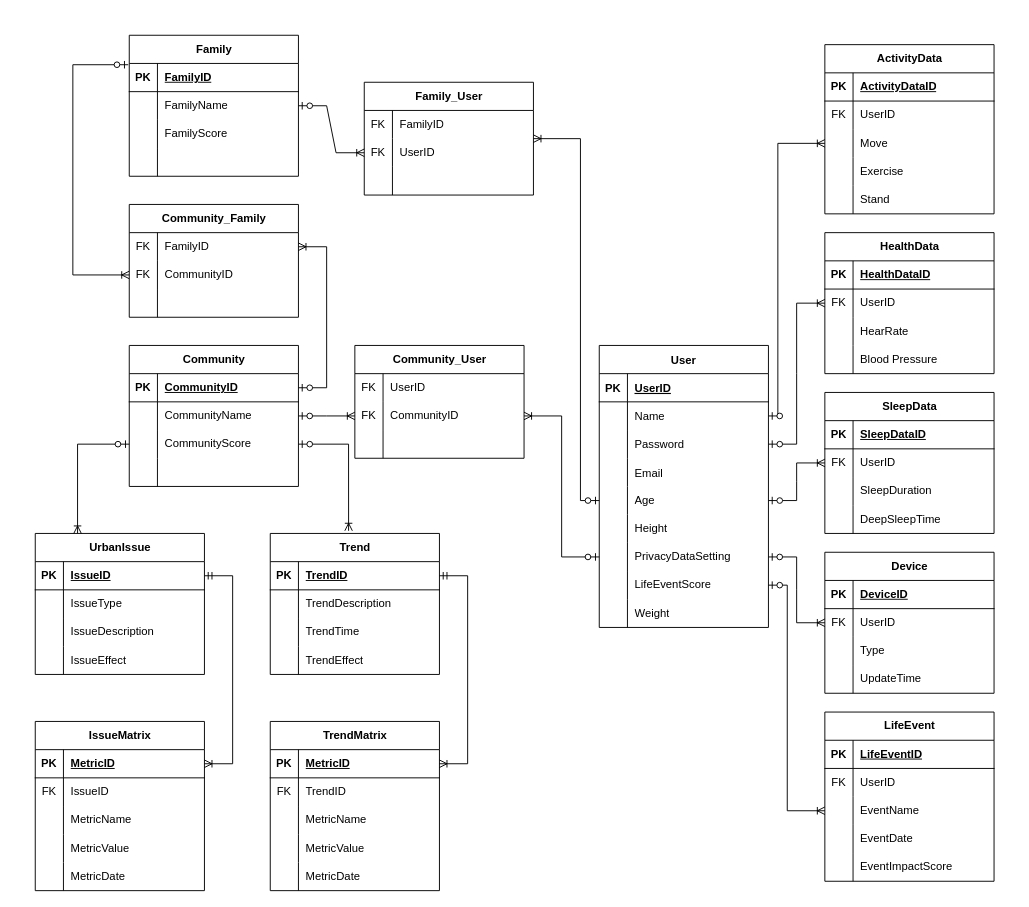
Above: 1/INFO 5100/Asmts/Group Assignment 1/Database Schema.drawio in yfeng445/NEU (draw.io), before the change. Source tidied: cells renumbered, new cells numbered last; positions are measured from the earlier drawing's top-left corner, leaving out a move shared by most shapes. Both pictures are drawn from the tidied source at 94%, with x=0, y=0 at pixel (7, 35).
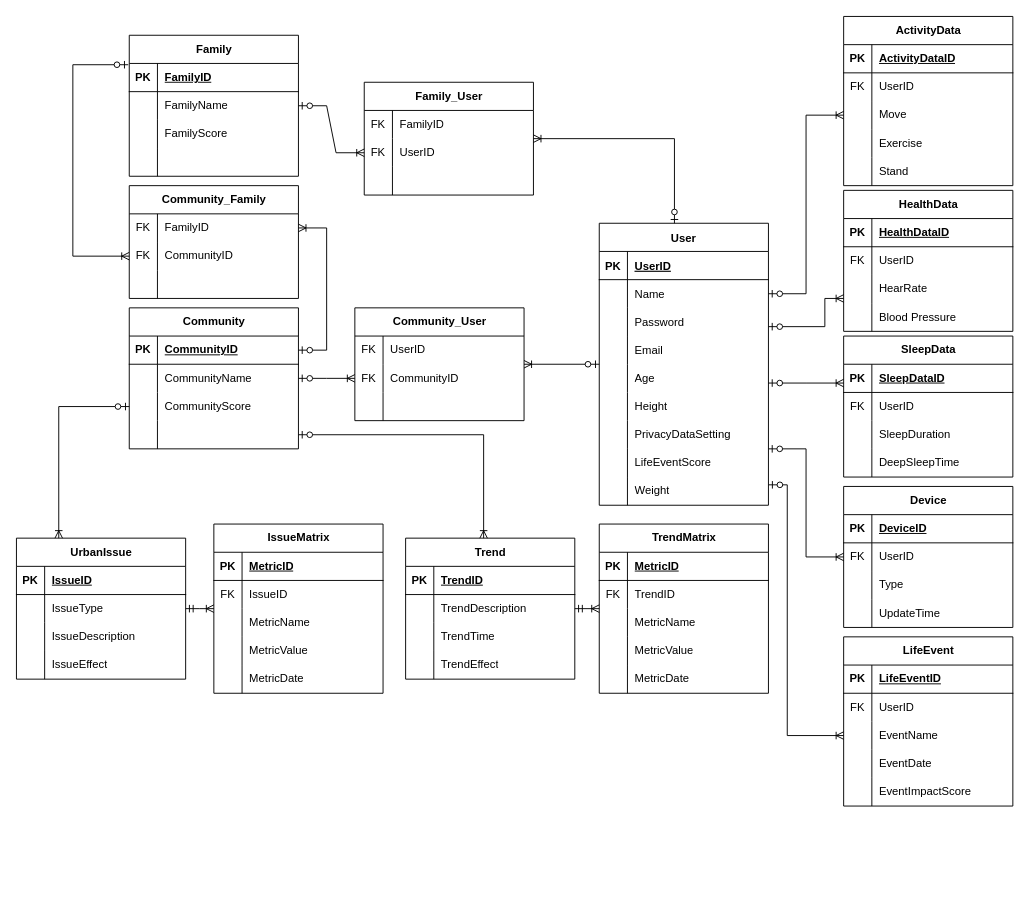
The same diagram, later.

The change refers to these unchanged cells:
```xml
<mxCell id="6" style="shape=tableRow;horizontal=0;startSize=0;swimlaneHead=0;swimlaneBody=0;fillColor=none;points=[[0,0.5],[1,0.5]];portConstraint=eastwest;top=0;left=0;right=0;bottom=0;" parent="2" vertex="1">
  <mxGeometry y="60" width="180" height="30" as="geometry" />
</mxCell>
<mxCell id="9" style="shape=tableRow;horizontal=0;startSize=0;swimlaneHead=0;swimlaneBody=0;fillColor=none;points=[[0,0.5],[1,0.5]];portConstraint=eastwest;top=0;left=0;right=0;bottom=0;" parent="2" vertex="1">
  <mxGeometry y="90" width="180" height="30" as="geometry" />
</mxCell>
<mxCell id="15" style="shape=tableRow;horizontal=0;startSize=0;swimlaneHead=0;swimlaneBody=0;fillColor=none;points=[[0,0.5],[1,0.5]];portConstraint=eastwest;top=0;left=0;right=0;bottom=0;" parent="2" vertex="1">
  <mxGeometry y="150" width="180" height="30" as="geometry" />
</mxCell>
<mxCell id="21" style="shape=tableRow;horizontal=0;startSize=0;swimlaneHead=0;swimlaneBody=0;fillColor=none;points=[[0,0.5],[1,0.5]];portConstraint=eastwest;top=0;left=0;right=0;bottom=0;" parent="2" vertex="1">
  <mxGeometry y="210" width="180" height="30" as="geometry" />
</mxCell>
<mxCell id="24" style="shape=tableRow;horizontal=0;startSize=0;swimlaneHead=0;swimlaneBody=0;fillColor=none;points=[[0,0.5],[1,0.5]];portConstraint=eastwest;top=0;left=0;right=0;bottom=0;" parent="2" vertex="1">
  <mxGeometry y="240" width="180" height="30" as="geometry" />
</mxCell>
<mxCell id="27" style="shape=tableRow;horizontal=0;startSize=0;swimlaneHead=0;swimlaneBody=0;fillColor=none;points=[[0,0.5],[1,0.5]];portConstraint=eastwest;top=0;left=0;right=0;bottom=0;" parent="2" vertex="1">
  <mxGeometry y="270" width="180" height="30" as="geometry" />
</mxCell>
<mxCell id="50" style="shape=tableRow;horizontal=0;startSize=0;swimlaneHead=0;swimlaneBody=0;fillColor=none;points=[[0,0.5],[1,0.5]];portConstraint=eastwest;top=0;left=0;right=0;bottom=0;" parent="43" vertex="1">
  <mxGeometry y="90" width="180" height="30" as="geometry" />
</mxCell>
<mxCell id="53" style="shape=tableRow;horizontal=0;startSize=0;swimlaneHead=0;swimlaneBody=0;fillColor=none;points=[[0,0.5],[1,0.5]];portConstraint=eastwest;top=0;left=0;right=0;bottom=0;" parent="43" vertex="1">
  <mxGeometry y="120" width="180" height="30" as="geometry" />
</mxCell>
<mxCell id="57" style="shape=tableRow;horizontal=0;startSize=0;swimlaneHead=0;swimlaneBody=0;fillColor=none;points=[[0,0.5],[1,0.5]];portConstraint=eastwest;top=0;left=0;right=0;bottom=1;" parent="56" vertex="1">
  <mxGeometry y="30" width="180" height="30" as="geometry" />
</mxCell>
<mxCell id="70" style="shape=tableRow;horizontal=0;startSize=0;swimlaneHead=0;swimlaneBody=0;fillColor=none;points=[[0,0.5],[1,0.5]];portConstraint=eastwest;top=0;left=0;right=0;bottom=1;" parent="69" vertex="1">
  <mxGeometry y="30" width="180" height="30" as="geometry" />
</mxCell>
<mxCell id="83" style="shape=tableRow;horizontal=0;startSize=0;swimlaneHead=0;swimlaneBody=0;fillColor=none;points=[[0,0.5],[1,0.5]];portConstraint=eastwest;top=0;left=0;right=0;bottom=1;" parent="82" vertex="1">
  <mxGeometry y="30" width="180" height="30" as="geometry" />
</mxCell>
<mxCell id="99" style="shape=tableRow;horizontal=0;startSize=0;swimlaneHead=0;swimlaneBody=0;fillColor=none;points=[[0,0.5],[1,0.5]];portConstraint=eastwest;top=0;left=0;right=0;bottom=1;" parent="98" vertex="1">
  <mxGeometry y="30" width="180" height="30" as="geometry" />
</mxCell>
<mxCell id="121" style="shape=tableRow;horizontal=0;startSize=0;swimlaneHead=0;swimlaneBody=0;fillColor=none;points=[[0,0.5],[1,0.5]];portConstraint=eastwest;top=0;left=0;right=0;bottom=0;" parent="114" vertex="1">
  <mxGeometry y="90" width="180" height="30" as="geometry" />
</mxCell>
<mxCell id="134" style="shape=tableRow;horizontal=0;startSize=0;swimlaneHead=0;swimlaneBody=0;fillColor=none;points=[[0,0.5],[1,0.5]];portConstraint=eastwest;top=0;left=0;right=0;bottom=0;" parent="130" vertex="1">
  <mxGeometry y="60" width="180" height="30" as="geometry" />
</mxCell>
<mxCell id="147" style="shape=tableRow;horizontal=0;startSize=0;swimlaneHead=0;swimlaneBody=0;fillColor=none;points=[[0,0.5],[1,0.5]];portConstraint=eastwest;top=0;left=0;right=0;bottom=0;" parent="143" vertex="1">
  <mxGeometry y="60" width="180" height="30" as="geometry" />
</mxCell>
<mxCell id="160" style="shape=tableRow;horizontal=0;startSize=0;swimlaneHead=0;swimlaneBody=0;fillColor=none;points=[[0,0.5],[1,0.5]];portConstraint=eastwest;top=0;left=0;right=0;bottom=0;" parent="156" vertex="1">
  <mxGeometry y="60" width="180" height="30" as="geometry" />
</mxCell>
<mxCell id="176" style="shape=tableRow;horizontal=0;startSize=0;swimlaneHead=0;swimlaneBody=0;fillColor=none;points=[[0,0.5],[1,0.5]];portConstraint=eastwest;top=0;left=0;right=0;bottom=0;" parent="169" vertex="1">
  <mxGeometry y="90" width="180" height="30" as="geometry" />
</mxCell>
<mxCell id="185" value="Family_User" style="shape=table;startSize=30;childLayout=tableLayout;rowLines=0;fontStyle=1;align=center;html=1;" parent="1" vertex="1">
  <mxGeometry x="380" y="50" width="180" height="120" as="geometry" />
</mxCell>
<mxCell id="209" style="shape=tableRow;horizontal=0;startSize=0;swimlaneHead=0;swimlaneBody=0;fillColor=none;points=[[0,0.5],[1,0.5]];portConstraint=eastwest;top=0;left=0;right=0;bottom=0;" parent="205" vertex="1">
  <mxGeometry y="60" width="180" height="30" as="geometry" />
</mxCell>
```

What changed in the source:
```diff
@@
     <mxCell id="2" value="User" style="shape=table;startSize=30;childLayout=tableLayout;rowLines=0;fontStyle=1;align=center;" parent="1" vertex="1">
-      <mxGeometry x="630" y="330" width="180" height="300" as="geometry" />
+      <mxGeometry x="630" y="200" width="180" height="300" as="geometry" />
     </mxCell>
@@
     <mxCell id="43" value="Community" style="shape=table;startSize=30;childLayout=tableLayout;rowLines=0;fontStyle=1;align=center;html=1;" parent="1" vertex="1">
-      <mxGeometry x="130" y="330" width="180" height="150" as="geometry" />
+      <mxGeometry x="130" y="290" width="180" height="150" as="geometry" />
     </mxCell>
@@
     <mxCell id="56" value="UrbanIssue" style="shape=table;startSize=30;childLayout=tableLayout;rowLines=0;fontStyle=1;align=center;html=1;" parent="1" vertex="1">
-      <mxGeometry x="30" y="530" width="180" height="150" as="geometry" />
+      <mxGeometry x="10" y="535" width="180" height="150" as="geometry" />
     </mxCell>
@@
     <mxCell id="69" value="Trend" style="shape=table;startSize=30;childLayout=tableLayout;rowLines=0;fontStyle=1;align=center;html=1;" parent="1" vertex="1">
-      <mxGeometry x="280" y="530" width="180" height="150" as="geometry" />
+      <mxGeometry x="424" y="535" width="180" height="150" as="geometry" />
     </mxCell>
@@
     <mxCell id="82" value="IssueMatrix" style="shape=table;startSize=30;childLayout=tableLayout;rowLines=0;fontStyle=1;align=center;html=1;" parent="1" vertex="1">
-      <mxGeometry x="30" y="730" width="180" height="180" as="geometry" />
+      <mxGeometry x="220" y="520" width="180" height="180" as="geometry" />
     </mxCell>
@@
     <mxCell id="98" value="TrendMatrix" style="shape=table;startSize=30;childLayout=tableLayout;rowLines=0;fontStyle=1;align=center;html=1;" parent="1" vertex="1">
-      <mxGeometry x="280" y="730" width="180" height="180" as="geometry" />
+      <mxGeometry x="630" y="520" width="180" height="180" as="geometry" />
     </mxCell>
@@
     <mxCell id="114" value="ActivityData" style="shape=table;startSize=30;childLayout=tableLayout;rowLines=0;fontStyle=1;align=center;html=1;" parent="1" vertex="1">
-      <mxGeometry x="870" y="10" width="180" height="180" as="geometry" />
+      <mxGeometry x="890" y="-20" width="180" height="180" as="geometry" />
     </mxCell>
@@
     <mxCell id="130" value="HealthData" style="shape=table;startSize=30;childLayout=tableLayout;rowLines=0;fontStyle=1;align=center;html=1;" parent="1" vertex="1">
-      <mxGeometry x="870" y="210" width="180" height="150" as="geometry" />
+      <mxGeometry x="890" y="165" width="180" height="150" as="geometry" />
     </mxCell>
@@
     <mxCell id="143" value="SleepData" style="shape=table;startSize=30;childLayout=tableLayout;rowLines=0;fontStyle=1;align=center;html=1;" parent="1" vertex="1">
-      <mxGeometry x="870" y="380" width="180" height="150" as="geometry" />
+      <mxGeometry x="890" y="320" width="180" height="150" as="geometry" />
     </mxCell>
@@
     <mxCell id="156" value="Device" style="shape=table;startSize=30;childLayout=tableLayout;rowLines=0;fontStyle=1;align=center;html=1;" parent="1" vertex="1">
-      <mxGeometry x="870" y="550" width="180" height="150" as="geometry" />
+      <mxGeometry x="890" y="480" width="180" height="150" as="geometry" />
     </mxCell>
@@
     <mxCell id="169" value="LifeEvent" style="shape=table;startSize=30;childLayout=tableLayout;rowLines=0;fontStyle=1;align=center;html=1;" parent="1" vertex="1">
-      <mxGeometry x="870" y="720" width="180" height="180" as="geometry" />
+      <mxGeometry x="890" y="640" width="180" height="180" as="geometry" />
     </mxCell>
@@
     <mxCell id="195" value="Community_&lt;span style=&quot;background-color: initial;&quot;&gt;Family&lt;/span&gt;" style="shape=table;startSize=30;childLayout=tableLayout;rowLines=0;fontStyle=1;align=center;html=1;" parent="1" vertex="1">
-      <mxGeometry x="130" y="180" width="180" height="120" as="geometry" />
+      <mxGeometry x="130" y="160" width="180" height="120" as="geometry" />
     </mxCell>
@@
     <mxCell id="205" value="Community_User" style="shape=table;startSize=30;childLayout=tableLayout;rowLines=0;fontStyle=1;align=center;html=1;" parent="1" vertex="1">
-      <mxGeometry x="370" y="330" width="180" height="120" as="geometry" />
+      <mxGeometry x="370" y="290" width="180" height="120" as="geometry" />
     </mxCell>
@@
-    <mxCell id="215" style="edgeStyle=orthogonalEdgeStyle;fontSize=12;html=1;endArrow=ERoneToMany;startArrow=ERzeroToOne;rounded=0;exitX=1;exitY=0.5;exitDx=0;exitDy=0;entryX=0;entryY=0.5;entryDx=0;entryDy=0;" parent="1" edge="1" source="6" target="121">
-      <mxGeometry relative="1" as="geometry">
-        <Array as="points">
-          <mxPoint x="820" y="405" />
-          <mxPoint x="820" y="115" />
-        </Array>
-      </mxGeometry>
+    <mxCell id="215" style="edgeStyle=elbowEdgeStyle;fontSize=12;html=1;endArrow=ERoneToMany;startArrow=ERzeroToOne;rounded=0;exitX=1;exitY=0.5;exitDx=0;exitDy=0;entryX=0;entryY=0.5;entryDx=0;entryDy=0;" parent="1" edge="1" source="6" target="121">
+      <mxGeometry relative="1" as="geometry" />
     </mxCell>
-    <mxCell id="216" style="edgeStyle=entityRelationEdgeStyle;fontSize=12;html=1;endArrow=ERoneToMany;startArrow=ERzeroToOne;rounded=0;exitX=1;exitY=0.5;exitDx=0;exitDy=0;entryX=0;entryY=0.5;entryDx=0;entryDy=0;" parent="1" edge="1" source="9" target="134">
-      <mxGeometry relative="1" as="geometry" />
+    <mxCell id="216" style="edgeStyle=elbowEdgeStyle;fontSize=12;html=1;endArrow=ERoneToMany;startArrow=ERzeroToOne;rounded=0;entryX=0;entryY=0.5;entryDx=0;entryDy=0;" parent="1" edge="1">
+      <mxGeometry relative="1" as="geometry">
+        <mxPoint x="810" y="310" as="sourcePoint" />
+        <mxPoint x="890" y="280" as="targetPoint" />
+        <Array as="points">
+          <mxPoint x="870" y="310" />
+        </Array>
+      </mxGeometry>
     </mxCell>
-    <mxCell id="217" style="edgeStyle=entityRelationEdgeStyle;fontSize=12;html=1;endArrow=ERoneToMany;startArrow=ERzeroToOne;rounded=0;exitX=1;exitY=0.5;exitDx=0;exitDy=0;entryX=0;entryY=0.5;entryDx=0;entryDy=0;" parent="1" edge="1" source="15" target="147">
-      <mxGeometry relative="1" as="geometry" />
+    <mxCell id="217" style="edgeStyle=elbowEdgeStyle;fontSize=12;html=1;endArrow=ERoneToMany;startArrow=ERzeroToOne;rounded=0;" parent="1" edge="1" source="2" target="143">
+      <mxGeometry relative="1" as="geometry">
+        <Array as="points">
+          <mxPoint x="850" y="370" />
+        </Array>
+      </mxGeometry>
     </mxCell>
-    <mxCell id="218" style="edgeStyle=entityRelationEdgeStyle;fontSize=12;html=1;endArrow=ERoneToMany;startArrow=ERzeroToOne;rounded=0;exitX=1;exitY=0.5;exitDx=0;exitDy=0;entryX=0;entryY=0.5;entryDx=0;entryDy=0;" parent="1" edge="1" source="21" target="160">
-      <mxGeometry relative="1" as="geometry" />
+    <mxCell id="218" style="edgeStyle=elbowEdgeStyle;fontSize=12;html=1;endArrow=ERoneToMany;startArrow=ERzeroToOne;rounded=0;" parent="1" edge="1" source="2" target="156">
+      <mxGeometry relative="1" as="geometry">
+        <Array as="points">
+          <mxPoint x="850" y="440" />
+          <mxPoint x="870" y="490" />
+        </Array>
+      </mxGeometry>
     </mxCell>
-    <mxCell id="219" style="edgeStyle=orthogonalEdgeStyle;fontSize=12;html=1;endArrow=ERoneToMany;startArrow=ERzeroToOne;rounded=0;exitX=1;exitY=0.5;exitDx=0;exitDy=0;entryX=0;entryY=0.5;entryDx=0;entryDy=0;" parent="1" edge="1" source="24" target="176">
+    <mxCell id="219" style="edgeStyle=elbowEdgeStyle;fontSize=12;html=1;endArrow=ERoneToMany;startArrow=ERzeroToOne;rounded=0;entryX=0;entryY=0.5;entryDx=0;entryDy=0;exitX=1.001;exitY=0.276;exitDx=0;exitDy=0;exitPerimeter=0;" parent="1" edge="1" source="27" target="176">
       <mxGeometry relative="1" as="geometry">
         <Array as="points">
-          <mxPoint x="830" y="585" />
-          <mxPoint x="830" y="825" />
+          <mxPoint x="830" y="610" />
         </Array>
       </mxGeometry>
     </mxCell>
@@
-    <mxCell id="221" style="edgeStyle=orthogonalEdgeStyle;fontSize=12;html=1;endArrow=ERoneToMany;startArrow=ERzeroToOne;rounded=0;exitX=0;exitY=0.5;exitDx=0;exitDy=0;entryX=1;entryY=0.5;entryDx=0;entryDy=0;" parent="1" edge="1" source="15" target="185">
+    <mxCell id="221" style="edgeStyle=orthogonalEdgeStyle;fontSize=12;html=1;endArrow=ERoneToMany;startArrow=ERzeroToOne;rounded=0;entryX=1;entryY=0.5;entryDx=0;entryDy=0;" parent="1" edge="1" source="2" target="185">
       <mxGeometry relative="1" as="geometry">
         <Array as="points">
-          <mxPoint x="610" y="495" />
-          <mxPoint x="610" y="110" />
+          <mxPoint x="710" y="110" />
         </Array>
       </mxGeometry>
     </mxCell>
-    <mxCell id="222" style="edgeStyle=orthogonalEdgeStyle;fontSize=12;html=1;endArrow=ERoneToMany;startArrow=ERzeroToOne;rounded=0;exitX=0;exitY=0.5;exitDx=0;exitDy=0;entryX=1;entryY=0.5;entryDx=0;entryDy=0;" parent="1" edge="1" source="21" target="209">
+    <mxCell id="222" style="edgeStyle=orthogonalEdgeStyle;fontSize=12;html=1;endArrow=ERoneToMany;startArrow=ERzeroToOne;rounded=0;" parent="1" edge="1" source="2" target="205">
       <mxGeometry relative="1" as="geometry" />
     </mxCell>
@@
-    <mxCell id="226" style="edgeStyle=entityRelationEdgeStyle;fontSize=12;html=1;endArrow=ERoneToMany;startArrow=ERmandOne;rounded=0;entryX=1;entryY=0.5;entryDx=0;entryDy=0;exitX=1;exitY=0.5;exitDx=0;exitDy=0;" parent="1" edge="1" source="57" target="83">
+    <mxCell id="226" style="edgeStyle=elbowEdgeStyle;fontSize=12;html=1;endArrow=ERoneToMany;startArrow=ERmandOne;rounded=0;" parent="1" edge="1" source="56" target="82">
       <mxGeometry relative="1" as="geometry" />
     </mxCell>
-    <mxCell id="227" style="edgeStyle=entityRelationEdgeStyle;fontSize=12;html=1;endArrow=ERoneToMany;startArrow=ERmandOne;rounded=0;entryX=1;entryY=0.5;entryDx=0;entryDy=0;exitX=1;exitY=0.5;exitDx=0;exitDy=0;" parent="1" edge="1" source="70" target="99">
+    <mxCell id="227" style="edgeStyle=elbowEdgeStyle;fontSize=12;html=1;endArrow=ERoneToMany;startArrow=ERmandOne;rounded=0;" parent="1" edge="1" source="69" target="98">
       <mxGeometry relative="1" as="geometry" />
     </mxCell>
@@
-    <mxCell id="229" style="edgeStyle=orthogonalEdgeStyle;fontSize=12;html=1;endArrow=ERoneToMany;startArrow=ERzeroToOne;rounded=0;exitX=1;exitY=0.5;exitDx=0;exitDy=0;entryX=0.463;entryY=-0.019;entryDx=0;entryDy=0;entryPerimeter=0;" parent="1" edge="1" source="50" target="69">
-      <mxGeometry relative="1" as="geometry" />
+    <mxCell id="229" style="edgeStyle=elbowEdgeStyle;fontSize=12;html=1;endArrow=ERoneToMany;startArrow=ERzeroToOne;rounded=0;exitX=1;exitY=0.5;exitDx=0;exitDy=0;" parent="1" edge="1" source="53" target="69">
+      <mxGeometry relative="1" as="geometry">
+        <Array as="points">
+          <mxPoint x="507" y="490" />
+        </Array>
+      </mxGeometry>
     </mxCell>
```
